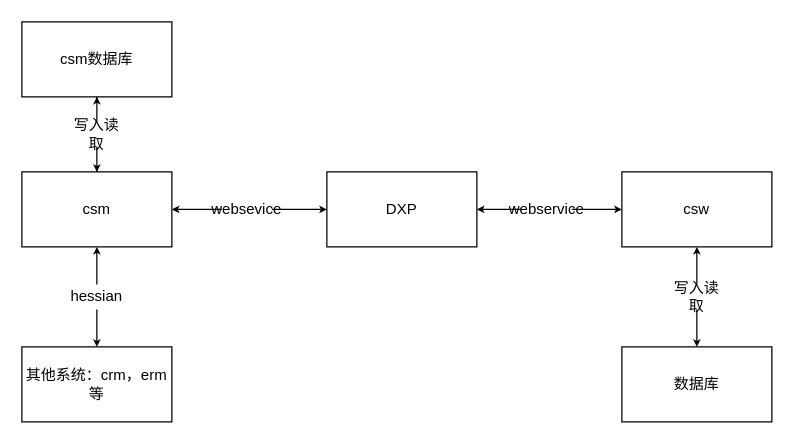
This is Untitled Diagram.drawio from lin-owen/hello-world, a draw.io file, before an edit. Source tidied: cells renumbered, new cells numbered last; positions are measured from the earlier drawing's top-left corner, leaving out a move shared by most shapes. Both pictures are drawn from the tidied source at 125%, with x=0, y=0 at pixel (21, 21).
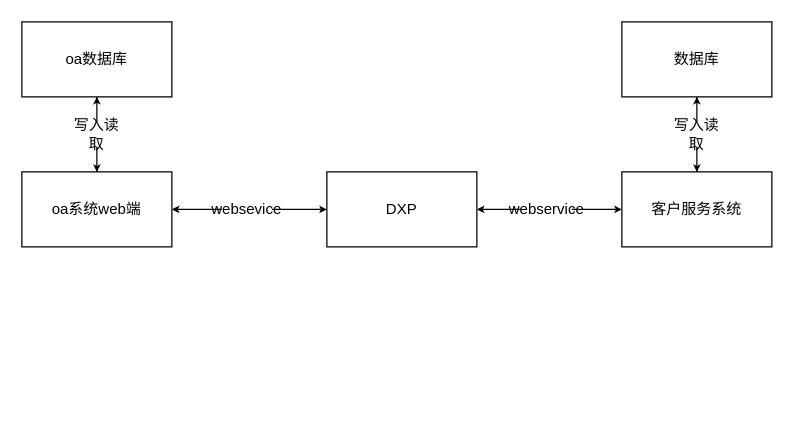
After the change.

Diff of the diagram source:
```diff
@@
-    <mxCell id="2" value="csm数据库" style="rounded=0;whiteSpace=wrap;html=1;" parent="1" vertex="1">
+    <mxCell id="2" value="oa数据库" style="rounded=0;whiteSpace=wrap;html=1;" parent="1" vertex="1">
       <mxGeometry width="120" height="60" as="geometry" />
     </mxCell>
-    <mxCell id="3" value="csm" style="rounded=0;whiteSpace=wrap;html=1;" parent="1" vertex="1">
+    <mxCell id="3" value="oa系统web端" style="rounded=0;whiteSpace=wrap;html=1;" parent="1" vertex="1">
       <mxGeometry y="120" width="120" height="60" as="geometry" />
     </mxCell>
@@
-    <mxCell id="5" value="csw" style="rounded=0;whiteSpace=wrap;html=1;" parent="1" vertex="1">
+    <mxCell id="5" value="客户服务系统" style="rounded=0;whiteSpace=wrap;html=1;" parent="1" vertex="1">
       <mxGeometry x="480" y="120" width="120" height="60" as="geometry" />
     </mxCell>
     <mxCell id="6" value="数据库" style="rounded=0;whiteSpace=wrap;html=1;" parent="1" vertex="1">
-      <mxGeometry x="480" y="260" width="120" height="60" as="geometry" />
+      <mxGeometry x="480" width="120" height="60" as="geometry" />
     </mxCell>
@@
     <mxCell id="18" value="写入读取" style="text;html=1;strokeColor=none;fillColor=none;align=center;verticalAlign=middle;whiteSpace=wrap;rounded=0;" parent="1" vertex="1">
-      <mxGeometry x="520" y="210" width="40" height="20" as="geometry" />
+      <mxGeometry x="520" y="80" width="40" height="20" as="geometry" />
     </mxCell>
-    <mxCell id="19" value="其他系统：crm，erm等" style="rounded=0;whiteSpace=wrap;html=1;" parent="1" vertex="1">
-      <mxGeometry y="260" width="120" height="60" as="geometry" />
-    </mxCell>
-    <mxCell id="20" style="edgeStyle=orthogonalEdgeStyle;rounded=0;jettySize=auto;html=1;startSize=3;endSize=3;" parent="1" edge="1" source="22" target="19">
-      <mxGeometry relative="1" as="geometry" />
-    </mxCell>
-    <mxCell id="21" style="edgeStyle=orthogonalEdgeStyle;rounded=0;jettySize=auto;html=1;startSize=3;endSize=3;entryX=0.5;entryY=1;entryDx=0;entryDy=0;" parent="1" edge="1" source="22" target="3">
-      <mxGeometry relative="1" as="geometry" />
-    </mxCell>
-    <mxCell id="22" value="hessian" style="text;html=1;strokeColor=none;fillColor=none;align=center;verticalAlign=middle;whiteSpace=wrap;rounded=0;" parent="1" vertex="1">
-      <mxGeometry x="40" y="210" width="40" height="20" as="geometry" />
-    </mxCell>
```
